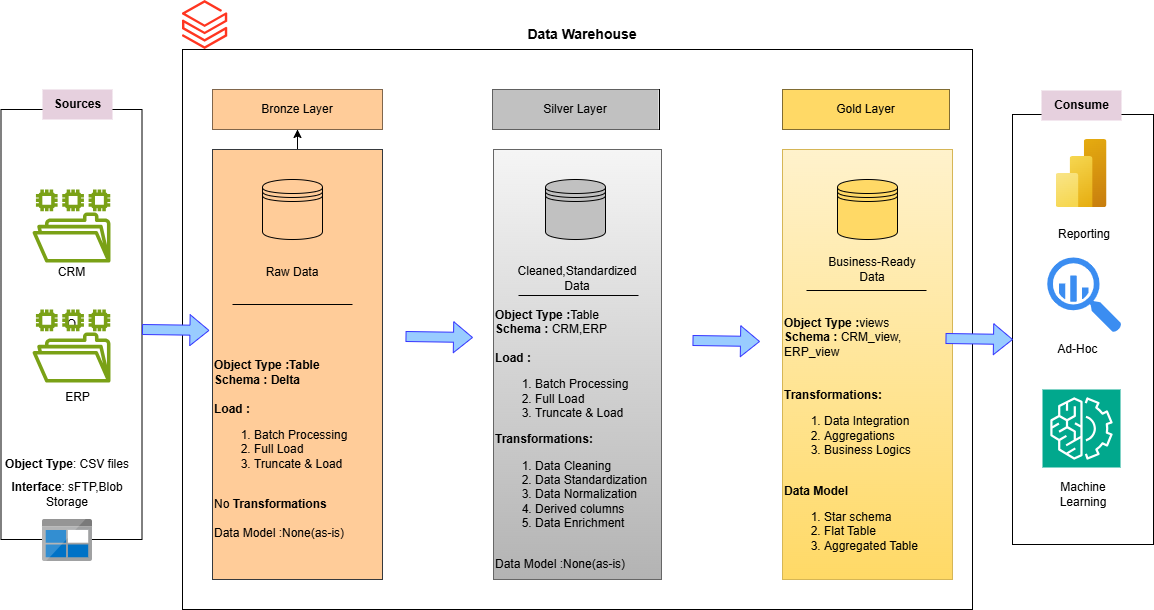
This is Datawarehouse_Architecture.png from PRAKHER0522/SQL_DATABASE, a draw.io export, as it was before one commit. Source tidied: cells renumbered, new cells last; positions are measured from the earlier drawing's top-left corner, leaving out a move shared by most shapes.
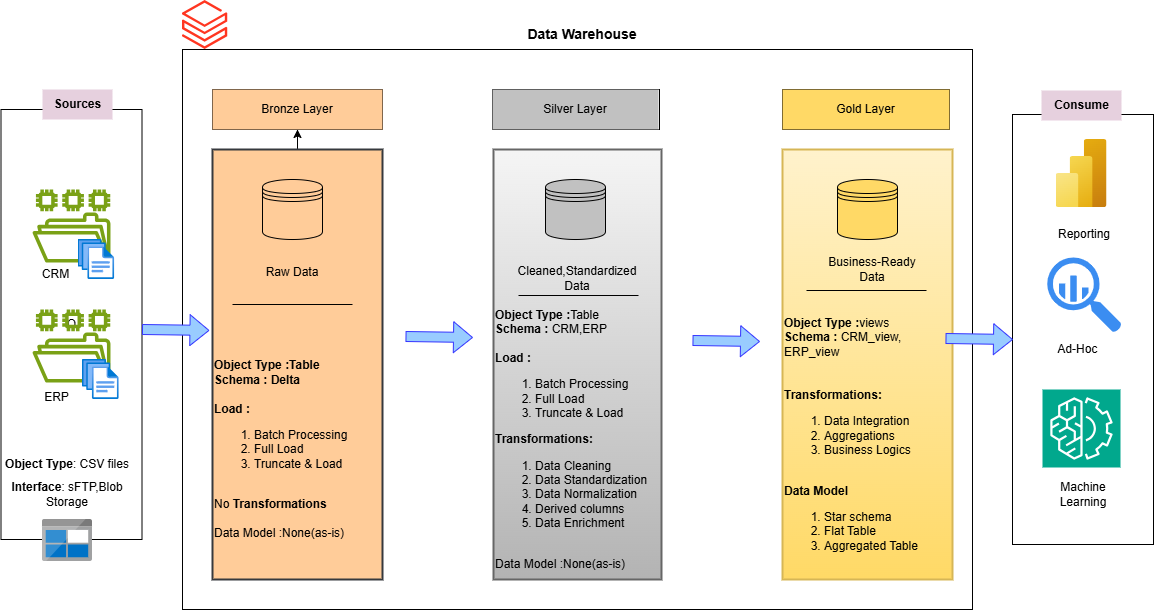
Above is the later version.

Diff of the diagram source:
```diff
@@ -12,10 +12,10 @@
       <mxGeometry x="32" y="309" width="78" height="73" as="geometry" />
     </mxCell>
     <mxCell id="5" value="CRM" style="text;html=1;align=center;verticalAlign=middle;strokeColor=none;fillColor=none;" parent="1" vertex="1">
-      <mxGeometry x="46" y="257" width="50" height="30" as="geometry" />
+      <mxGeometry x="30" y="259" width="50" height="30" as="geometry" />
     </mxCell>
     <mxCell id="6" value="ERP" style="text;html=1;align=center;verticalAlign=middle;strokeColor=none;fillColor=none;" parent="1" vertex="1">
-      <mxGeometry x="52" y="382" width="50" height="30" as="geometry" />
+      <mxGeometry x="31" y="382" width="50" height="30" as="geometry" />
     </mxCell>
     <mxCell id="7" value="&lt;b&gt;Sources&lt;/b&gt;" style="text;html=1;align=center;verticalAlign=middle;strokeColor=none;fillColor=#E6D0DE;" parent="1" vertex="1">
       <mxGeometry x="42" y="89" width="70" height="30" as="geometry" />
@@ -35,13 +35,13 @@
     <mxCell id="12" style="edgeStyle=orthogonalEdgeStyle;rounded=0;jettySize=auto;html=1;" parent="1" edge="1" source="13" target="16">
       <mxGeometry relative="1" as="geometry" />
     </mxCell>
-    <mxCell id="13" style="rounded=0;whiteSpace=wrap;html=1;strokeColor=#36393d;fontStyle=1;fillStyle=solid;fillColor=#ffcc99;" parent="1" vertex="1">
+    <mxCell id="13" style="rounded=0;whiteSpace=wrap;html=1;strokeColor=#36393d;fontStyle=1;fillStyle=solid;fillColor=#ffcc99;gradientColor=none;gradientDirection=north;strokeWidth=2;" parent="1" vertex="1">
       <mxGeometry x="212" y="149" width="170" height="430" as="geometry" />
     </mxCell>
-    <mxCell id="14" style="rounded=0;whiteSpace=wrap;html=1;strokeColor=#666666;fontSize=16;fillColor=#f5f5f5;gradientColor=#b3b3b3;" parent="1" vertex="1">
+    <mxCell id="14" style="rounded=0;whiteSpace=wrap;html=1;strokeColor=#666666;fontSize=16;fillColor=#f5f5f5;gradientColor=#b3b3b3;strokeWidth=2;" parent="1" vertex="1">
       <mxGeometry x="493" y="149" width="168" height="430" as="geometry" />
     </mxCell>
-    <mxCell id="15" style="rounded=0;whiteSpace=wrap;html=1;strokeColor=#d6b656;fillColor=#fff2cc;gradientColor=#ffd966;" parent="1" vertex="1">
+    <mxCell id="15" style="rounded=0;whiteSpace=wrap;html=1;strokeColor=#d6b656;fillColor=#fff2cc;gradientColor=#ffd966;strokeWidth=2;" parent="1" vertex="1">
       <mxGeometry x="782" y="149" width="170" height="430" as="geometry" />
     </mxCell>
     <mxCell id="16" style="whiteSpace=wrap;html=1;rounded=0;" parent="1" vertex="1">
@@ -151,5 +151,11 @@
     <mxCell id="47" value="Ad-Hoc&amp;nbsp;" style="text;strokeColor=none;align=center;fillColor=none;html=1;verticalAlign=middle;whiteSpace=wrap;rounded=0;" parent="1" vertex="1">
       <mxGeometry x="1049" y="334" width="60" height="30" as="geometry" />
     </mxCell>
+    <mxCell id="48" style="image;html=1;align=center;fontSize=12;image=img/lib/azure2/general/Files.svg;" parent="1" vertex="1">
+      <mxGeometry x="77.5" y="239" width="36.6" height="40" as="geometry" />
+    </mxCell>
+    <mxCell id="49" style="image;html=1;align=center;fontSize=12;image=img/lib/azure2/general/Files.svg;" parent="1" vertex="1">
+      <mxGeometry x="82" y="359" width="36.6" height="40" as="geometry" />
+    </mxCell>
   </root>
 </mxGraphModel>
```
